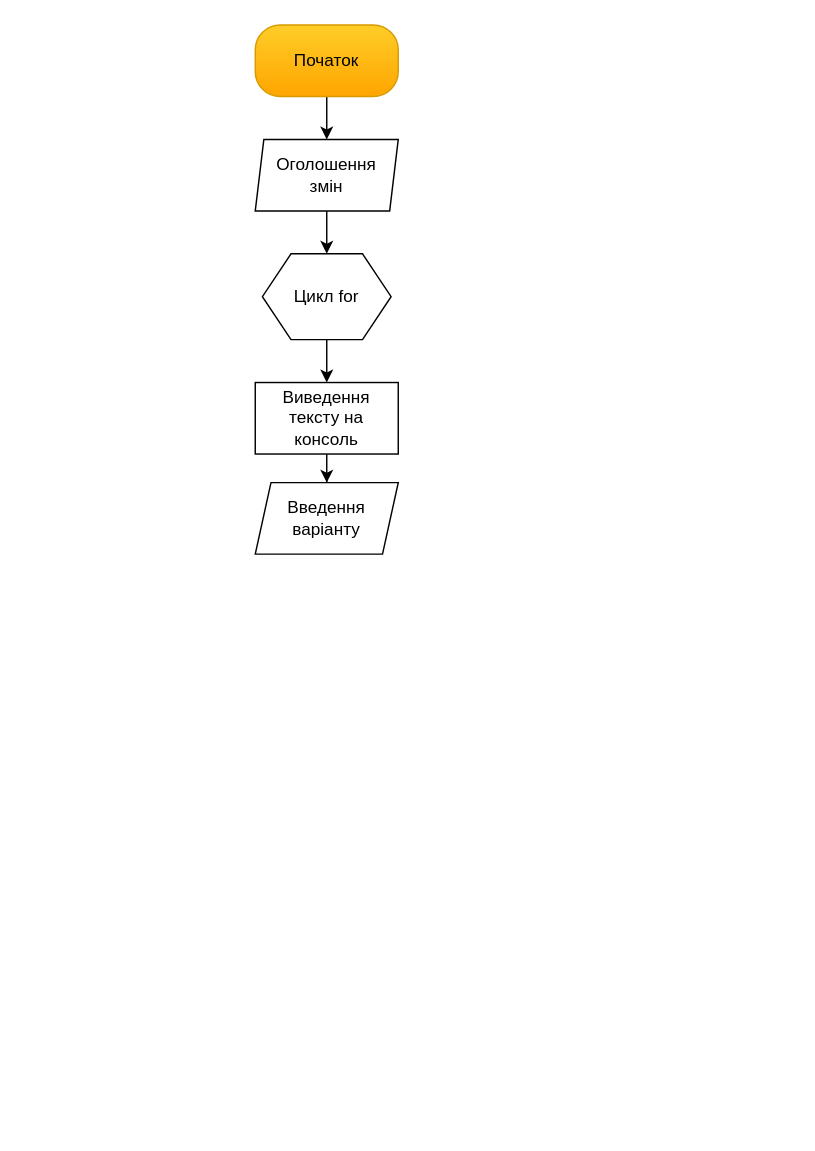
This is Untitled Diagram.drawio from Grysnui/Labka-2, a draw.io file, before an edit. Source tidied: cells renumbered, new cells numbered last; positions are measured from the earlier drawing's top-left corner, leaving out a move shared by most shapes. Both pictures are drawn from the tidied source at 143%, with x=0, y=0 at pixel (255, 24).
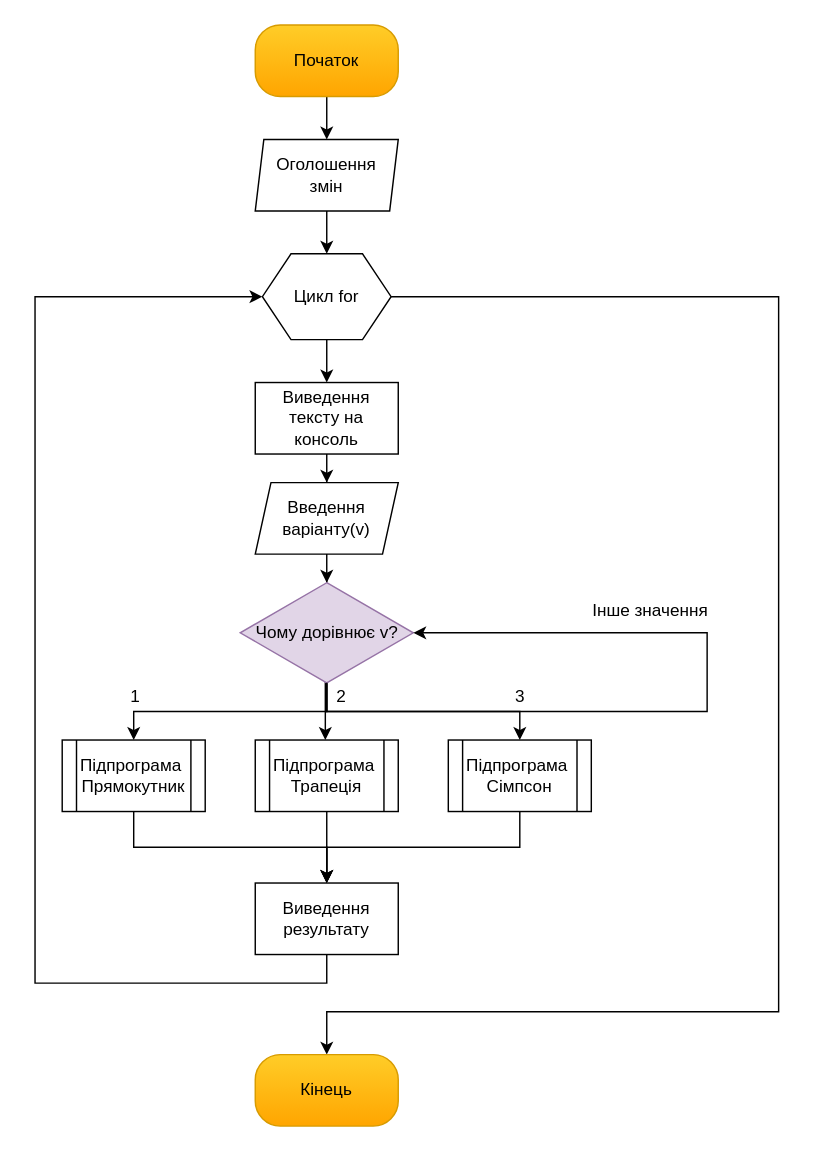
Above is the later version.

The change refers to these unchanged cells:
```xml
<mxCell id="7" value="Цикл for" style="shape=hexagon;perimeter=hexagonPerimeter2;whiteSpace=wrap;html=1;fixedSize=1;" parent="1" vertex="1">
  <mxGeometry x="5" y="160" width="90" height="60" as="geometry" />
</mxCell>
```

Change to the diagram source:
```diff
@@
+    <mxCell id="11" style="edgeStyle=orthogonalEdgeStyle;rounded=0;jettySize=auto;html=1;exitX=1;exitY=0.5;exitDx=0;exitDy=0;" parent="1" edge="1" source="7" target="30">
+      <mxGeometry relative="1" as="geometry">
+        <Array as="points">
+          <mxPoint x="366" y="190" />
+          <mxPoint x="366" y="690" />
+          <mxPoint x="50" y="690" />
+        </Array>
+      </mxGeometry>
+    </mxCell>
@@
+    <mxCell id="12" style="edgeStyle=orthogonalEdgeStyle;rounded=0;jettySize=auto;html=1;" parent="1" edge="1" source="10" target="16">
+      <mxGeometry relative="1" as="geometry" />
+    </mxCell>
-    <mxCell id="10" value="Введення варіанту" style="shape=parallelogram;perimeter=parallelogramPerimeter;whiteSpace=wrap;html=1;fixedSize=1;size=11;" parent="1" vertex="1">
+    <mxCell id="10" value="Введення варіанту(v)" style="shape=parallelogram;perimeter=parallelogramPerimeter;whiteSpace=wrap;html=1;fixedSize=1;size=11;" parent="1" vertex="1">
       <mxGeometry y="320" width="100" height="50" as="geometry" />
     </mxCell>
+    <mxCell id="13" style="edgeStyle=orthogonalEdgeStyle;rounded=0;jettySize=auto;html=1;exitX=0.5;exitY=1;exitDx=0;exitDy=0;entryX=0.5;entryY=0;entryDx=0;entryDy=0;" parent="1" edge="1" source="16" target="18">
+      <mxGeometry relative="1" as="geometry" />
+    </mxCell>
+    <mxCell id="14" style="edgeStyle=orthogonalEdgeStyle;rounded=0;jettySize=auto;html=1;exitX=0.5;exitY=1;exitDx=0;exitDy=0;" parent="1" edge="1" source="16" target="20">
+      <mxGeometry relative="1" as="geometry">
+        <Array as="points">
+          <mxPoint x="49" y="460" />
+        </Array>
+      </mxGeometry>
+    </mxCell>
+    <mxCell id="15" style="edgeStyle=orthogonalEdgeStyle;rounded=0;jettySize=auto;html=1;exitX=0.5;exitY=1;exitDx=0;exitDy=0;entryX=0.5;entryY=0;entryDx=0;entryDy=0;" parent="1" edge="1" source="16" target="22">
+      <mxGeometry relative="1" as="geometry" />
+    </mxCell>
+    <mxCell id="16" value="Чому дорівнює v?" style="rhombus;whiteSpace=wrap;html=1;fillColor=#e1d5e7;strokeColor=#9673a6;" parent="1" vertex="1">
+      <mxGeometry x="-10.5" y="390" width="121" height="70" as="geometry" />
+    </mxCell>
+    <mxCell id="17" style="edgeStyle=orthogonalEdgeStyle;rounded=0;jettySize=auto;html=1;exitX=0.5;exitY=1;exitDx=0;exitDy=0;entryX=0.5;entryY=0;entryDx=0;entryDy=0;" parent="1" edge="1" source="18" target="27">
+      <mxGeometry relative="1" as="geometry" />
+    </mxCell>
+    <mxCell id="18" value="Підпрограма&amp;nbsp;&lt;br&gt;Прямокутник" style="shape=process;whiteSpace=wrap;html=1;backgroundOutline=1;size=0.1;" parent="1" vertex="1">
+      <mxGeometry x="-135" y="500" width="100" height="50" as="geometry" />
+    </mxCell>
+    <mxCell id="19" style="edgeStyle=orthogonalEdgeStyle;rounded=0;jettySize=auto;html=1;" parent="1" edge="1" source="20" target="27">
+      <mxGeometry relative="1" as="geometry" />
+    </mxCell>
+    <mxCell id="20" value="Підпрограма&amp;nbsp;&lt;br&gt;Трапеція" style="shape=process;whiteSpace=wrap;html=1;backgroundOutline=1;size=0.1;" parent="1" vertex="1">
+      <mxGeometry y="500" width="100" height="50" as="geometry" />
+    </mxCell>
+    <mxCell id="21" style="edgeStyle=orthogonalEdgeStyle;rounded=0;jettySize=auto;html=1;exitX=0.5;exitY=1;exitDx=0;exitDy=0;entryX=0.5;entryY=0;entryDx=0;entryDy=0;" parent="1" edge="1" source="22" target="27">
+      <mxGeometry relative="1" as="geometry" />
+    </mxCell>
+    <mxCell id="22" value="Підпрограма&amp;nbsp;&lt;br&gt;Сімпсон" style="shape=process;whiteSpace=wrap;html=1;backgroundOutline=1;size=0.1;" parent="1" vertex="1">
+      <mxGeometry x="135" y="500" width="100" height="50" as="geometry" />
+    </mxCell>
+    <mxCell id="23" value="1" style="text;html=1;align=center;verticalAlign=middle;strokeColor=none;fillColor=none;" parent="1" vertex="1">
+      <mxGeometry x="-94" y="460" width="20" height="20" as="geometry" />
+    </mxCell>
+    <mxCell id="24" value="3" style="text;html=1;align=center;verticalAlign=middle;strokeColor=none;fillColor=none;" parent="1" vertex="1">
+      <mxGeometry x="175" y="460" width="20" height="20" as="geometry" />
+    </mxCell>
+    <mxCell id="25" value="2" style="text;html=1;align=center;verticalAlign=middle;strokeColor=none;fillColor=none;" parent="1" vertex="1">
+      <mxGeometry x="50" y="460" width="20" height="20" as="geometry" />
+    </mxCell>
+    <mxCell id="26" style="edgeStyle=orthogonalEdgeStyle;rounded=0;jettySize=auto;html=1;exitX=0.5;exitY=1;exitDx=0;exitDy=0;entryX=0;entryY=0.5;entryDx=0;entryDy=0;" parent="1" edge="1" source="27" target="7">
+      <mxGeometry relative="1" as="geometry">
+        <Array as="points">
+          <mxPoint x="50" y="670" />
+          <mxPoint x="-154" y="670" />
+          <mxPoint x="-154" y="190" />
+        </Array>
+      </mxGeometry>
+    </mxCell>
+    <mxCell id="27" value="Виведення результату" style="rounded=0;whiteSpace=wrap;html=1;" parent="1" vertex="1">
+      <mxGeometry y="600" width="100" height="50" as="geometry" />
+    </mxCell>
+    <mxCell id="28" style="edgeStyle=orthogonalEdgeStyle;rounded=0;orthogonalLoop=1;jettySize=auto;html=1;exitX=0.5;exitY=1;exitDx=0;exitDy=0;entryX=1;entryY=0.5;entryDx=0;entryDy=0;" parent="1" edge="1" source="16" target="16">
+      <mxGeometry relative="1" as="geometry">
+        <Array as="points">
+          <mxPoint x="50" y="480" />
+          <mxPoint x="316" y="480" />
+          <mxPoint x="316" y="425" />
+        </Array>
+      </mxGeometry>
+    </mxCell>
+    <mxCell id="29" value="Інше значення" style="text;html=1;align=center;verticalAlign=middle;strokeColor=none;fillColor=none;" parent="1" vertex="1">
+      <mxGeometry x="226" y="400" width="100" height="20" as="geometry" />
+    </mxCell>
+    <mxCell id="30" value="Кінець" style="rounded=1;whiteSpace=wrap;html=1;arcSize=35;fillColor=#ffcd28;strokeColor=#d79b00;gradientColor=#ffa500;" parent="1" vertex="1">
+      <mxGeometry y="720" width="100" height="50" as="geometry" />
+    </mxCell>
```
